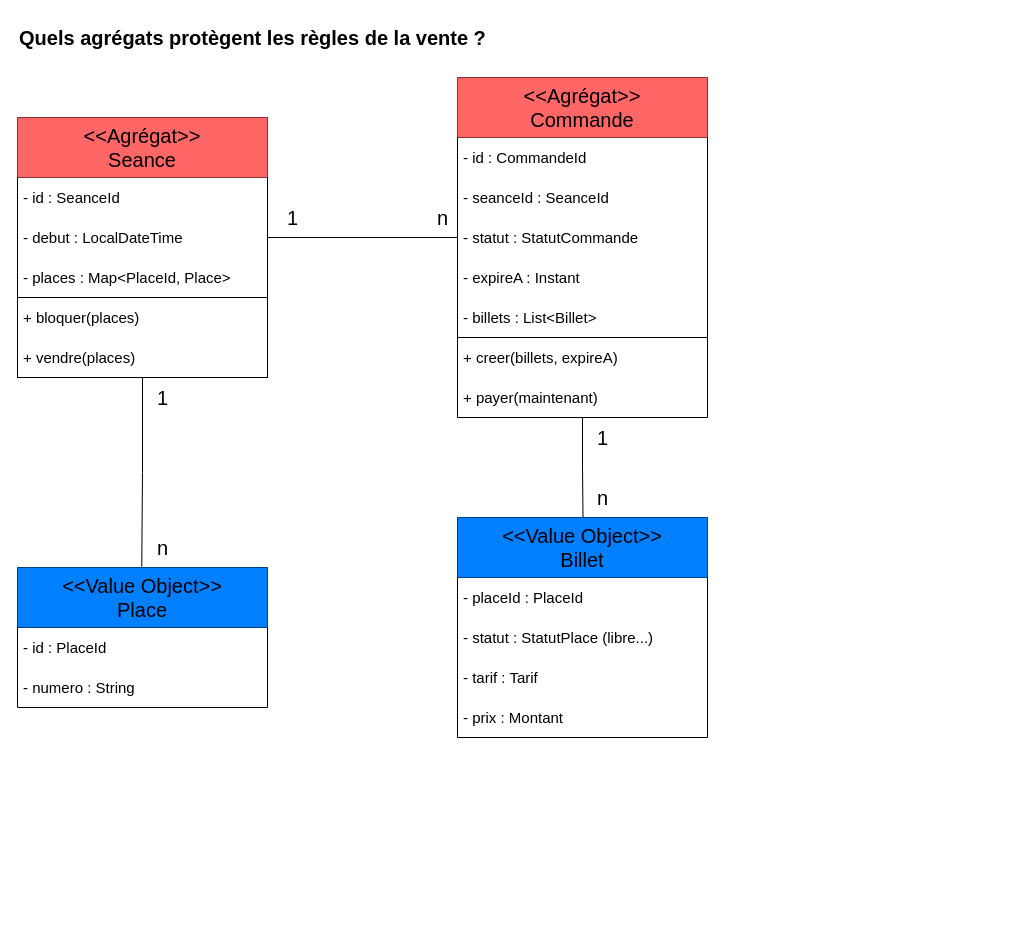
Above: docs/diagrammes/5-modele-vente.drawio in Lucie005/ecrans-villeneuve-equipe1 (draw.io), before the change. Source tidied: cells renumbered, new cells numbered last; positions are measured from the earlier drawing's top-left corner, leaving out a move shared by most shapes. Both pictures are drawn from the tidied source at 100%, with x=0, y=0 at pixel (17, 17).
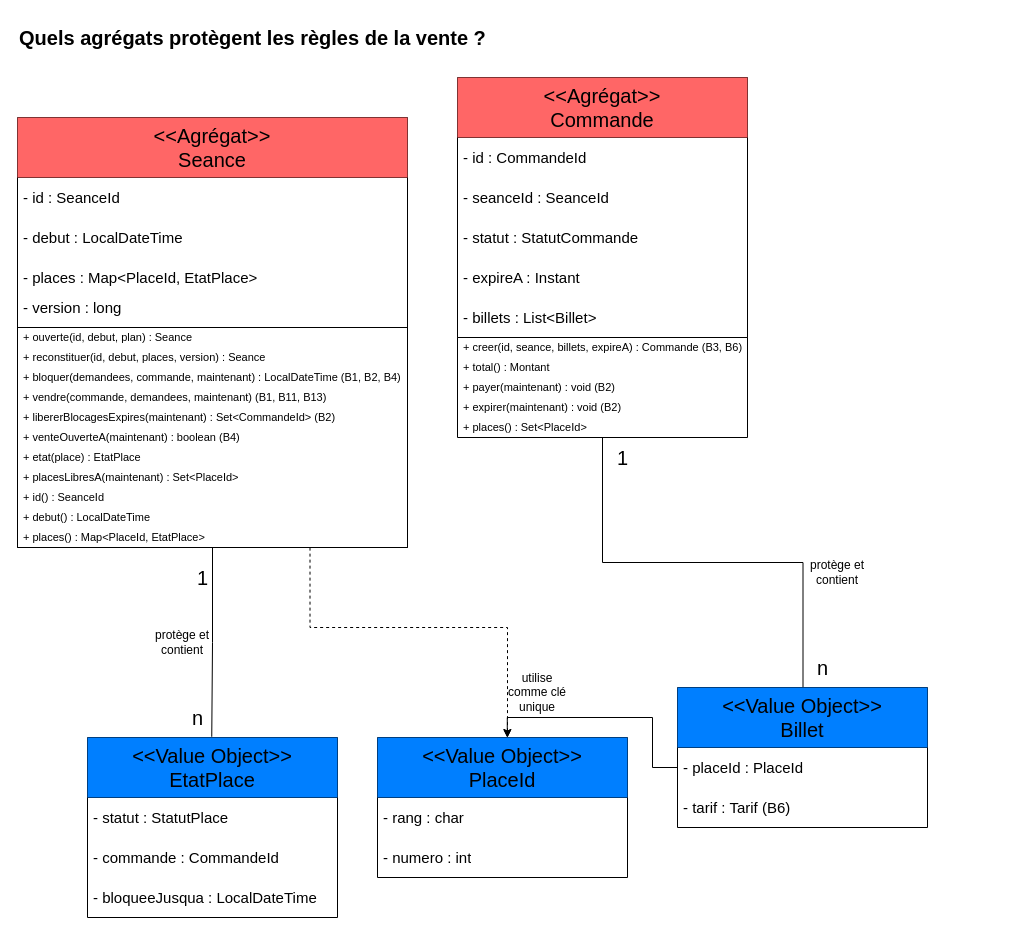
Above is the later version.

The change refers to these unchanged cells:
```xml
<mxCell id="5" value="&lt;font style=&quot;font-size: 15px;&quot;&gt;- debut : LocalDateTime&lt;/font&gt;" style="text;strokeColor=none;fillColor=none;align=left;verticalAlign=middle;spacingLeft=4;spacingRight=4;overflow=hidden;points=[[0,0.5],[1,0.5]];portConstraint=eastwest;whiteSpace=wrap;html=1;" parent="3" vertex="1">
  <mxGeometry y="40" width="250" height="40" as="geometry" />
</mxCell>
<mxCell id="15" value="&lt;font style=&quot;font-size: 15px;&quot;&gt;- statut : StatutCommande&lt;/font&gt;" style="text;strokeColor=none;fillColor=none;align=left;verticalAlign=middle;spacingLeft=4;spacingRight=4;overflow=hidden;points=[[0,0.5],[1,0.5]];portConstraint=eastwest;whiteSpace=wrap;html=1;" parent="12" vertex="1">
  <mxGeometry y="80" width="250" height="40" as="geometry" />
</mxCell>
```

Change to the diagram source:
```diff
@@
     <mxCell id="3" style="swimlane;startSize=0;" parent="1" vertex="1">
-      <mxGeometry y="160" width="250" height="200" as="geometry" />
+      <mxGeometry y="160" width="390" height="370" as="geometry" />
     </mxCell>
@@
-    <mxCell id="6" value="&lt;font style=&quot;font-size: 15px;&quot;&gt;- places : Map&amp;lt;PlaceId, Place&amp;gt;&lt;/font&gt;" style="text;strokeColor=none;fillColor=none;align=left;verticalAlign=middle;spacingLeft=4;spacingRight=4;overflow=hidden;whiteSpace=wrap;html=1;" parent="3" vertex="1">
+    <mxCell id="6" value="&lt;font style=&quot;font-size: 15px;&quot;&gt;- places : Map&amp;lt;PlaceId, EtatPlace&amp;gt;&lt;/font&gt;" style="text;strokeColor=none;fillColor=none;align=left;verticalAlign=middle;spacingLeft=4;spacingRight=4;overflow=hidden;whiteSpace=wrap;html=1;" parent="3" vertex="1">
       <mxGeometry y="80" width="250" height="40" as="geometry" />
     </mxCell>
     <mxCell id="7" style="swimlane;startSize=0;" parent="3" vertex="1">
-      <mxGeometry y="120" width="250" height="80" as="geometry" />
+      <mxGeometry y="150" width="390" height="220" as="geometry" />
     </mxCell>
-    <mxCell id="8" value="&lt;font style=&quot;font-size: 15px;&quot;&gt;+ bloquer(places)&lt;/font&gt;" style="text;strokeColor=none;fillColor=none;align=left;verticalAlign=middle;spacingLeft=4;spacingRight=4;overflow=hidden;whiteSpace=wrap;html=1;" parent="7" vertex="1">
-      <mxGeometry width="250" height="40" as="geometry" />
-    </mxCell>
-    <mxCell id="9" value="&lt;font style=&quot;font-size: 15px;&quot;&gt;+ vendre(places)&lt;/font&gt;" style="text;strokeColor=none;fillColor=none;align=left;verticalAlign=middle;spacingLeft=4;spacingRight=4;overflow=hidden;whiteSpace=wrap;html=1;" parent="7" vertex="1">
-      <mxGeometry y="40" width="250" height="40" as="geometry" />
+    <mxCell id="9" value="&lt;font style=&quot;font-size: 11px;&quot;&gt;+&amp;nbsp;vendre(commande, demandees, maintenant) (B1, B11, B13)&lt;/font&gt;" style="text;strokeColor=none;fillColor=none;align=left;verticalAlign=middle;spacingLeft=4;spacingRight=4;overflow=hidden;whiteSpace=wrap;html=1;" parent="7" vertex="1">
+      <mxGeometry y="60" width="390" height="20" as="geometry" />
     </mxCell>
+    <mxCell id="44" value="&lt;font style=&quot;font-size: 11px;&quot;&gt;+ ouverte(id, debut, plan) : Seance&lt;/font&gt;" style="text;strokeColor=none;fillColor=none;align=left;verticalAlign=middle;spacingLeft=4;spacingRight=4;overflow=hidden;whiteSpace=wrap;html=1;" parent="7" vertex="1">
+      <mxGeometry width="330" height="20" as="geometry" />
+    </mxCell>
+    <mxCell id="45" value="&lt;font style=&quot;font-size: 11px;&quot;&gt;+ libererBlocagesExpires(maintenant) : Set&amp;lt;CommandeId&amp;gt; (B2)&lt;/font&gt;" style="text;strokeColor=none;fillColor=none;align=left;verticalAlign=middle;spacingLeft=4;spacingRight=4;overflow=hidden;whiteSpace=wrap;html=1;" parent="7" vertex="1">
+      <mxGeometry y="80" width="330" height="20" as="geometry" />
+    </mxCell>
+    <mxCell id="46" value="&lt;font style=&quot;font-size: 11px;&quot;&gt;+&amp;nbsp;reconstituer(id, debut, places, version) : Seance&lt;/font&gt;" style="text;strokeColor=none;fillColor=none;align=left;verticalAlign=middle;spacingLeft=4;spacingRight=4;overflow=hidden;whiteSpace=wrap;html=1;" parent="7" vertex="1">
+      <mxGeometry y="20" width="330" height="20" as="geometry" />
+    </mxCell>
+    <mxCell id="47" value="&lt;font style=&quot;font-size: 11px;&quot;&gt;+ venteOuverteA(maintenant) : boolean (B4)&lt;/font&gt;" style="text;strokeColor=none;fillColor=none;align=left;verticalAlign=middle;spacingLeft=4;spacingRight=4;overflow=hidden;whiteSpace=wrap;html=1;" parent="7" vertex="1">
+      <mxGeometry y="100" width="330" height="20" as="geometry" />
+    </mxCell>
+    <mxCell id="48" value="&lt;font style=&quot;font-size: 11px;&quot;&gt;+ etat(place) : EtatPlace&lt;/font&gt;" style="text;strokeColor=none;fillColor=none;align=left;verticalAlign=middle;spacingLeft=4;spacingRight=4;overflow=hidden;whiteSpace=wrap;html=1;" parent="7" vertex="1">
+      <mxGeometry y="120" width="330" height="20" as="geometry" />
+    </mxCell>
+    <mxCell id="49" value="&lt;div&gt;&lt;div&gt;&lt;span style=&quot;font-size: 11px;&quot;&gt;+ placesLibresA(maintenant) : Set&amp;lt;PlaceId&amp;gt;&lt;/span&gt;&lt;/div&gt;&lt;/div&gt;" style="text;strokeColor=none;fillColor=none;align=left;verticalAlign=middle;spacingLeft=4;spacingRight=4;overflow=hidden;whiteSpace=wrap;html=1;" parent="7" vertex="1">
+      <mxGeometry y="140" width="330" height="20" as="geometry" />
+    </mxCell>
+    <mxCell id="50" value="&lt;font style=&quot;font-size: 11px;&quot;&gt;+ id() : SeanceId&lt;/font&gt;" style="text;strokeColor=none;fillColor=none;align=left;verticalAlign=middle;spacingLeft=4;spacingRight=4;overflow=hidden;whiteSpace=wrap;html=1;" parent="7" vertex="1">
+      <mxGeometry y="160" width="330" height="20" as="geometry" />
+    </mxCell>
+    <mxCell id="51" value="&lt;font style=&quot;font-size: 11px;&quot;&gt;+ debut() : LocalDateTime&lt;/font&gt;" style="text;strokeColor=none;fillColor=none;align=left;verticalAlign=middle;spacingLeft=4;spacingRight=4;overflow=hidden;whiteSpace=wrap;html=1;" parent="7" vertex="1">
+      <mxGeometry y="180" width="330" height="20" as="geometry" />
+    </mxCell>
+    <mxCell id="52" value="&lt;div&gt;&lt;span style=&quot;font-size: 11px;&quot;&gt;+ places() : Map&amp;lt;PlaceId, EtatPlace&amp;gt;&lt;/span&gt;&lt;/div&gt;" style="text;strokeColor=none;fillColor=none;align=left;verticalAlign=middle;spacingLeft=4;spacingRight=4;overflow=hidden;whiteSpace=wrap;html=1;" parent="7" vertex="1">
+      <mxGeometry y="200" width="330" height="20" as="geometry" />
+    </mxCell>
+    <mxCell id="53" value="&lt;font style=&quot;font-size: 15px;&quot;&gt;- version : long&lt;/font&gt;" style="text;strokeColor=none;fillColor=none;align=left;verticalAlign=middle;spacingLeft=4;spacingRight=4;overflow=hidden;whiteSpace=wrap;html=1;" parent="3" vertex="1">
+      <mxGeometry y="110" width="250" height="40" as="geometry" />
+    </mxCell>
     <mxCell id="10" style="swimlane;startSize=0;" parent="1" vertex="1">
-      <mxGeometry y="100" width="250" height="60" as="geometry" />
+      <mxGeometry y="100" width="390" height="60" as="geometry" />
     </mxCell>
     <mxCell id="11" value="&lt;font style=&quot;font-size: 20px;&quot;&gt;&amp;lt;&amp;lt;Agrégat&amp;gt;&amp;gt;&lt;br style=&quot;border-color: rgb(218, 220, 224);&quot;&gt;Seance&lt;/font&gt;" style="text;strokeColor=none;fillColor=#FF6666;align=center;verticalAlign=middle;spacingLeft=4;spacingRight=4;overflow=hidden;whiteSpace=wrap;html=1;gradientColor=none;" parent="10" vertex="1">
-      <mxGeometry width="250" height="60" as="geometry" />
+      <mxGeometry width="390" height="60" as="geometry" />
     </mxCell>
     <mxCell id="12" style="swimlane;startSize=0;" parent="1" vertex="1">
-      <mxGeometry x="440" y="120" width="250" height="200" as="geometry" />
+      <mxGeometry x="440" y="120" width="290" height="200" as="geometry" />
     </mxCell>
@@
     <mxCell id="17" value="&lt;font style=&quot;font-size: 15px;&quot;&gt;- billets : List&amp;lt;Billet&amp;gt; &lt;/font&gt;" style="text;strokeColor=none;fillColor=none;align=left;verticalAlign=middle;spacingLeft=4;spacingRight=4;overflow=hidden;whiteSpace=wrap;html=1;" parent="12" vertex="1">
-      <mxGeometry y="160" width="250" height="40" as="geometry" />
+      <mxGeometry y="160" width="330" height="40" as="geometry" />
     </mxCell>
     <mxCell id="18" style="swimlane;startSize=0;" parent="1" vertex="1">
-      <mxGeometry x="440" y="60" width="250" height="60" as="geometry" />
+      <mxGeometry x="440" y="60" width="290" height="60" as="geometry" />
     </mxCell>
     <mxCell id="19" value="&lt;font style=&quot;font-size: 20px;&quot;&gt;&amp;lt;&amp;lt;Agrégat&amp;gt;&amp;gt;&lt;br style=&quot;border-color: rgb(218, 220, 224);&quot;&gt;Commande&lt;/font&gt;" style="text;strokeColor=none;fillColor=#FF6666;align=center;verticalAlign=middle;spacingLeft=4;spacingRight=4;overflow=hidden;whiteSpace=wrap;html=1;gradientColor=none;" parent="18" vertex="1">
-      <mxGeometry width="250" height="60" as="geometry" />
+      <mxGeometry width="290" height="60" as="geometry" />
     </mxCell>
     <mxCell id="20" style="swimlane;startSize=0;" parent="1" vertex="1">
-      <mxGeometry y="610" width="250" height="80" as="geometry" />
+      <mxGeometry x="70" y="780" width="250" height="120" as="geometry" />
     </mxCell>
-    <mxCell id="21" value="&lt;font style=&quot;font-size: 15px;&quot;&gt;- id : PlaceId&lt;/font&gt;" style="text;strokeColor=none;fillColor=none;align=left;verticalAlign=middle;spacingLeft=4;spacingRight=4;overflow=hidden;whiteSpace=wrap;html=1;" parent="20" vertex="1">
+    <mxCell id="21" value="&lt;font style=&quot;font-size: 15px;&quot;&gt;- statut : StatutPlace&lt;/font&gt;" style="text;strokeColor=none;fillColor=none;align=left;verticalAlign=middle;spacingLeft=4;spacingRight=4;overflow=hidden;whiteSpace=wrap;html=1;" parent="20" vertex="1">
       <mxGeometry width="250" height="40" as="geometry" />
     </mxCell>
-    <mxCell id="22" value="&lt;font style=&quot;font-size: 15px;&quot;&gt;- numero : String &lt;/font&gt;" style="text;strokeColor=none;fillColor=none;align=left;verticalAlign=middle;spacingLeft=4;spacingRight=4;overflow=hidden;whiteSpace=wrap;html=1;" parent="20" vertex="1">
+    <mxCell id="22" value="&lt;div&gt;&lt;span style=&quot;font-size: 15px;&quot;&gt;- commande : CommandeId&lt;/span&gt;&lt;/div&gt;" style="text;strokeColor=none;fillColor=none;align=left;verticalAlign=middle;spacingLeft=4;spacingRight=4;overflow=hidden;whiteSpace=wrap;html=1;" parent="20" vertex="1">
       <mxGeometry y="40" width="250" height="40" as="geometry" />
     </mxCell>
+    <mxCell id="27" value="&lt;font style=&quot;font-size: 15px;&quot;&gt;- bloqueeJusqua : LocalDateTime&lt;/font&gt;" style="text;strokeColor=none;fillColor=none;align=left;verticalAlign=middle;spacingLeft=4;spacingRight=4;overflow=hidden;whiteSpace=wrap;html=1;" parent="20" vertex="1">
+      <mxGeometry y="80" width="250" height="40" as="geometry" />
+    </mxCell>
     <mxCell id="23" style="swimlane;startSize=0;" parent="1" vertex="1">
-      <mxGeometry y="550" width="250" height="60" as="geometry" />
+      <mxGeometry x="70" y="720" width="250" height="60" as="geometry" />
     </mxCell>
-    <mxCell id="24" value="&lt;font style=&quot;font-size: 20px;&quot;&gt;&amp;lt;&amp;lt;Value Object&amp;gt;&amp;gt;&lt;br&gt;Place&lt;/font&gt;" style="text;strokeColor=none;fillColor=#007FFF;align=center;verticalAlign=middle;spacingLeft=4;spacingRight=4;overflow=hidden;points=[[0,0.5],[1,0.5]];portConstraint=eastwest;whiteSpace=wrap;html=1;" parent="23" vertex="1">
+    <mxCell id="24" value="&lt;font style=&quot;font-size: 20px;&quot;&gt;&amp;lt;&amp;lt;Value Object&amp;gt;&amp;gt;&lt;br&gt;EtatPlace&lt;/font&gt;" style="text;strokeColor=none;fillColor=#007FFF;align=center;verticalAlign=middle;spacingLeft=4;spacingRight=4;overflow=hidden;points=[[0,0.5],[1,0.5]];portConstraint=eastwest;whiteSpace=wrap;html=1;" parent="23" vertex="1">
       <mxGeometry width="250" height="60" as="geometry" />
     </mxCell>
+    <mxCell id="54" style="edgeStyle=orthogonalEdgeStyle;rounded=0;jettySize=auto;html=1;exitX=0;exitY=0.25;exitDx=0;exitDy=0;entryX=0.519;entryY=0.003;entryDx=0;entryDy=0;defaultLabelBackgroundColor=page;entryPerimeter=0;" parent="1" edge="1" source="25" target="65">
+      <mxGeometry x="-0.76" relative="1" as="geometry" />
+    </mxCell>
     <mxCell id="25" style="swimlane;startSize=0;" parent="1" vertex="1">
-      <mxGeometry x="440" y="560" width="250" height="160" as="geometry" />
+      <mxGeometry x="660" y="730" width="250" height="80" as="geometry" />
     </mxCell>
@@
-    <mxCell id="27" value="&lt;font style=&quot;font-size: 15px;&quot;&gt;- statut : StatutPlace (libre...)&lt;/font&gt;" style="text;strokeColor=none;fillColor=none;align=left;verticalAlign=middle;spacingLeft=4;spacingRight=4;overflow=hidden;whiteSpace=wrap;html=1;" parent="25" vertex="1">
-      <mxGeometry y="40" width="250" height="40" as="geometry" />
-    </mxCell>
-    <mxCell id="28" value="&lt;font style=&quot;font-size: 15px;&quot;&gt;- tarif : Tarif &lt;/font&gt;" style="text;strokeColor=none;fillColor=none;align=left;verticalAlign=middle;spacingLeft=4;spacingRight=4;overflow=hidden;whiteSpace=wrap;html=1;" parent="25" vertex="1">
-      <mxGeometry y="80" width="250" height="40" as="geometry" />
+    <mxCell id="28" value="&lt;font style=&quot;font-size: 15px;&quot;&gt;- tarif : Tarif (B6)&lt;/font&gt;" style="text;strokeColor=none;fillColor=none;align=left;verticalAlign=middle;spacingLeft=4;spacingRight=4;overflow=hidden;whiteSpace=wrap;html=1;" parent="25" vertex="1">
+      <mxGeometry y="40" width="250" height="40" as="geometry" />
     </mxCell>
-    <mxCell id="29" value="&lt;font style=&quot;font-size: 15px;&quot;&gt;- prix : Montant&lt;/font&gt;" style="text;strokeColor=none;fillColor=none;align=left;verticalAlign=middle;spacingLeft=4;spacingRight=4;overflow=hidden;whiteSpace=wrap;html=1;" parent="25" vertex="1">
-      <mxGeometry y="120" width="250" height="40" as="geometry" />
-    </mxCell>
     <mxCell id="30" style="swimlane;startSize=0;" parent="1" vertex="1">
-      <mxGeometry x="440" y="500" width="250" height="60" as="geometry" />
+      <mxGeometry x="660" y="670" width="250" height="60" as="geometry" />
     </mxCell>
@@
     <mxCell id="32" style="swimlane;startSize=0;" parent="1" vertex="1">
-      <mxGeometry x="440" y="320" width="250" height="80" as="geometry" />
+      <mxGeometry x="440" y="320" width="290" height="100" as="geometry" />
     </mxCell>
-    <mxCell id="33" value="&lt;font style=&quot;font-size: 15px;&quot;&gt;+ creer(billets, expireA)&lt;/font&gt;" style="text;strokeColor=none;fillColor=none;align=left;verticalAlign=middle;spacingLeft=4;spacingRight=4;overflow=hidden;whiteSpace=wrap;html=1;" parent="32" vertex="1">
-      <mxGeometry width="250" height="40" as="geometry" />
-    </mxCell>
-    <mxCell id="34" value="&lt;font style=&quot;font-size: 15px;&quot;&gt;+ payer(maintenant)&lt;/font&gt;" style="text;strokeColor=none;fillColor=none;align=left;verticalAlign=middle;spacingLeft=4;spacingRight=4;overflow=hidden;whiteSpace=wrap;html=1;" parent="32" vertex="1">
-      <mxGeometry y="40" width="250" height="40" as="geometry" />
-    </mxCell>
-    <mxCell id="35" style="edgeStyle=orthogonalEdgeStyle;rounded=0;jettySize=auto;html=1;exitX=1;exitY=0.5;exitDx=0;exitDy=0;entryX=0;entryY=0.5;entryDx=0;entryDy=0;endArrow=none;endFill=0;" parent="1" edge="1" source="5" target="15">
-      <mxGeometry relative="1" as="geometry" />
-    </mxCell>
+    <mxCell id="55" value="&lt;div&gt;&lt;span style=&quot;font-size: 11px;&quot;&gt;+ creer(id, seance, billets, expireA) : Commande (B3, B6)&lt;/span&gt;&lt;/div&gt;" style="text;strokeColor=none;fillColor=none;align=left;verticalAlign=middle;spacingLeft=4;spacingRight=4;overflow=hidden;whiteSpace=wrap;html=1;" parent="32" vertex="1">
+      <mxGeometry width="330" height="20" as="geometry" />
+    </mxCell>
+    <mxCell id="56" value="&lt;span style=&quot;font-size: 11px;&quot;&gt;+ total() : Montant&lt;/span&gt;" style="text;strokeColor=none;fillColor=none;align=left;verticalAlign=middle;spacingLeft=4;spacingRight=4;overflow=hidden;whiteSpace=wrap;html=1;" parent="32" vertex="1">
+      <mxGeometry y="20" width="330" height="20" as="geometry" />
+    </mxCell>
+    <mxCell id="57" value="&lt;span style=&quot;font-size: 11px;&quot;&gt;+ payer(maintenant) : void (B2)&lt;/span&gt;" style="text;strokeColor=none;fillColor=none;align=left;verticalAlign=middle;spacingLeft=4;spacingRight=4;overflow=hidden;whiteSpace=wrap;html=1;" parent="32" vertex="1">
+      <mxGeometry y="40" width="330" height="20" as="geometry" />
+    </mxCell>
+    <mxCell id="58" value="&lt;span style=&quot;font-size: 11px;&quot;&gt;+ expirer(maintenant) : void (B2)&lt;/span&gt;" style="text;strokeColor=none;fillColor=none;align=left;verticalAlign=middle;spacingLeft=4;spacingRight=4;overflow=hidden;whiteSpace=wrap;html=1;" parent="32" vertex="1">
+      <mxGeometry y="60" width="330" height="20" as="geometry" />
+    </mxCell>
+    <mxCell id="59" value="&lt;span style=&quot;font-size: 11px;&quot;&gt;+ places() : Set&amp;lt;PlaceId&amp;gt;&lt;/span&gt;" style="text;strokeColor=none;fillColor=none;align=left;verticalAlign=middle;spacingLeft=4;spacingRight=4;overflow=hidden;whiteSpace=wrap;html=1;" parent="32" vertex="1">
+      <mxGeometry y="80" width="330" height="20" as="geometry" />
+    </mxCell>
@@
-    <mxCell id="38" value="&lt;font style=&quot;font-size: 20px;&quot;&gt;1&lt;/font&gt;" style="text;html=1;align=center;verticalAlign=middle;strokeColor=none;fillColor=none;" parent="1" vertex="1">
-      <mxGeometry x="260" y="180" width="30" height="40" as="geometry" />
-    </mxCell>
     <mxCell id="39" value="&lt;font style=&quot;font-size: 20px;&quot;&gt;1&lt;/font&gt;" style="text;html=1;align=center;verticalAlign=middle;strokeColor=none;fillColor=none;" parent="1" vertex="1">
-      <mxGeometry x="570" y="400" width="30" height="40" as="geometry" />
+      <mxGeometry x="590" y="420" width="30" height="40" as="geometry" />
     </mxCell>
     <mxCell id="40" value="&lt;font style=&quot;font-size: 20px;&quot;&gt;1&lt;/font&gt;" style="text;html=1;align=center;verticalAlign=middle;strokeColor=none;fillColor=none;" parent="1" vertex="1">
-      <mxGeometry x="130" y="360" width="30" height="40" as="geometry" />
+      <mxGeometry x="170" y="540" width="30" height="40" as="geometry" />
     </mxCell>
-    <mxCell id="41" value="&lt;span style=&quot;font-size: 20px;&quot;&gt;n&lt;/span&gt;" style="text;html=1;align=center;verticalAlign=middle;strokeColor=none;fillColor=none;" parent="1" vertex="1">
-      <mxGeometry x="410" y="180" width="30" height="40" as="geometry" />
-    </mxCell>
     <mxCell id="42" value="&lt;span style=&quot;font-size: 20px;&quot;&gt;n&lt;/span&gt;" style="text;html=1;align=center;verticalAlign=middle;strokeColor=none;fillColor=none;" parent="1" vertex="1">
-      <mxGeometry x="570" y="460" width="30" height="40" as="geometry" />
+      <mxGeometry x="790" y="630" width="30" height="40" as="geometry" />
     </mxCell>
     <mxCell id="43" value="&lt;span style=&quot;font-size: 20px;&quot;&gt;n&lt;/span&gt;" style="text;html=1;align=center;verticalAlign=middle;strokeColor=none;fillColor=none;" parent="1" vertex="1">
-      <mxGeometry x="130" y="510" width="30" height="40" as="geometry" />
+      <mxGeometry x="165" y="680" width="30" height="40" as="geometry" />
     </mxCell>
+    <mxCell id="60" value="protège et contient" style="text;html=1;whiteSpace=wrap;strokeColor=none;fillColor=none;align=center;verticalAlign=middle;rounded=0;" parent="1" vertex="1">
+      <mxGeometry x="135" y="610" width="60" height="30" as="geometry" />
+    </mxCell>
+    <mxCell id="8" value="&lt;font style=&quot;font-size: 11px;&quot;&gt;+&amp;nbsp;bloquer(demandees, commande, maintenant) : LocalDateTime (B1, B2, B4)&lt;/font&gt;" style="text;strokeColor=none;fillColor=none;align=left;verticalAlign=middle;spacingLeft=4;spacingRight=4;overflow=hidden;whiteSpace=wrap;html=1;" parent="1" vertex="1">
+      <mxGeometry y="350" width="390" height="20" as="geometry" />
+    </mxCell>
+    <mxCell id="61" value="protège et contient" style="text;html=1;whiteSpace=wrap;strokeColor=none;fillColor=none;align=center;verticalAlign=middle;rounded=0;" parent="1" vertex="1">
+      <mxGeometry x="790" y="540" width="60" height="30" as="geometry" />
+    </mxCell>
+    <mxCell id="62" style="swimlane;startSize=0;" parent="1" vertex="1">
+      <mxGeometry x="360" y="780" width="250" height="80" as="geometry" />
+    </mxCell>
+    <mxCell id="63" value="&lt;font style=&quot;font-size: 15px;&quot;&gt;- rang : char&lt;/font&gt;" style="text;strokeColor=none;fillColor=none;align=left;verticalAlign=middle;spacingLeft=4;spacingRight=4;overflow=hidden;whiteSpace=wrap;html=1;" parent="62" vertex="1">
+      <mxGeometry width="250" height="40" as="geometry" />
+    </mxCell>
+    <mxCell id="64" value="&lt;font style=&quot;font-size: 15px;&quot;&gt;- numero : int&lt;/font&gt;" style="text;strokeColor=none;fillColor=none;align=left;verticalAlign=middle;spacingLeft=4;spacingRight=4;overflow=hidden;whiteSpace=wrap;html=1;" parent="62" vertex="1">
+      <mxGeometry y="40" width="250" height="40" as="geometry" />
+    </mxCell>
+    <mxCell id="65" style="swimlane;startSize=0;" parent="1" vertex="1">
+      <mxGeometry x="360" y="720" width="250" height="60" as="geometry" />
+    </mxCell>
+    <mxCell id="66" value="&lt;font style=&quot;font-size: 20px;&quot;&gt;&amp;lt;&amp;lt;Value Object&amp;gt;&amp;gt;&lt;br&gt;PlaceId&lt;/font&gt;" style="text;strokeColor=none;fillColor=#007FFF;align=center;verticalAlign=middle;spacingLeft=4;spacingRight=4;overflow=hidden;points=[[0,0.5],[1,0.5]];portConstraint=eastwest;whiteSpace=wrap;html=1;" parent="65" vertex="1">
+      <mxGeometry width="250" height="60" as="geometry" />
+    </mxCell>
+    <mxCell id="67" style="endArrow=none;dashed=1;html=1;rounded=0;defaultLabelBackgroundColor=page;entryX=0.75;entryY=1;entryDx=0;entryDy=0;endFill=0;startArrow=classic;startFill=1;edgeStyle=orthogonalEdgeStyle;exitX=0.52;exitY=0;exitDx=0;exitDy=0;exitPerimeter=0;" parent="1" edge="1" source="66" target="7">
+      <mxGeometry x="0.11" relative="1" as="geometry">
+        <Array as="points">
+          <mxPoint x="490" y="610" />
+          <mxPoint x="292.5" y="610" />
+        </Array>
+      </mxGeometry>
+    </mxCell>
+    <mxCell id="68" value="utilise comme clé unique" style="text;html=1;whiteSpace=wrap;strokeColor=none;fillColor=none;align=center;verticalAlign=middle;rounded=0;" parent="1" vertex="1">
+      <mxGeometry x="490" y="660" width="60" height="30" as="geometry" />
+    </mxCell>
```
